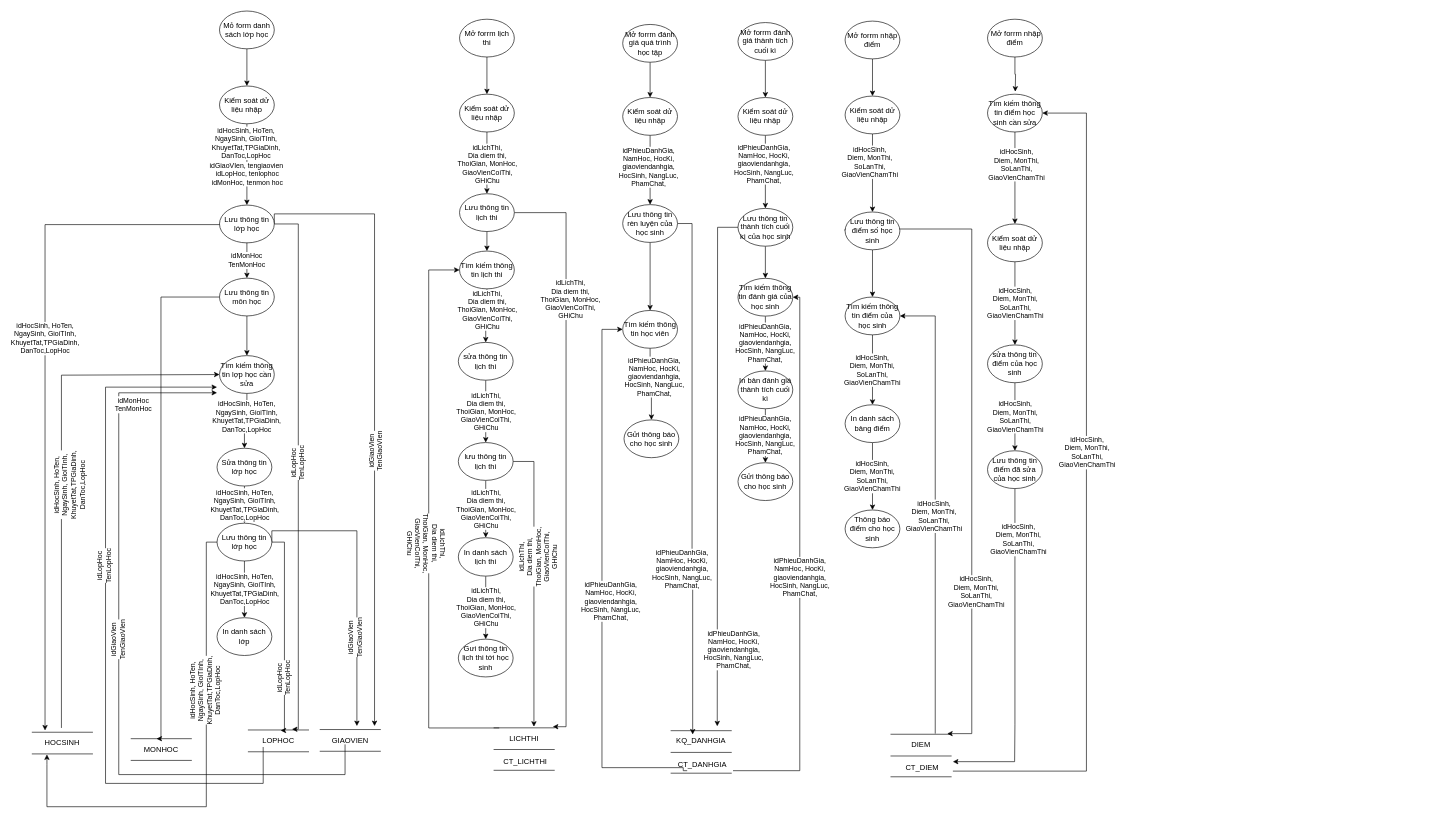
Before: 4.1.3.drawio in TLGKien/graph, a draw.io diagram. Source tidied: cells renumbered, new cells numbered last; positions are measured from the earlier drawing's top-left corner, leaving out a move shared by most shapes. Both pictures are drawn from the tidied source at 63%, with x=0, y=0 at pixel (32, 11).
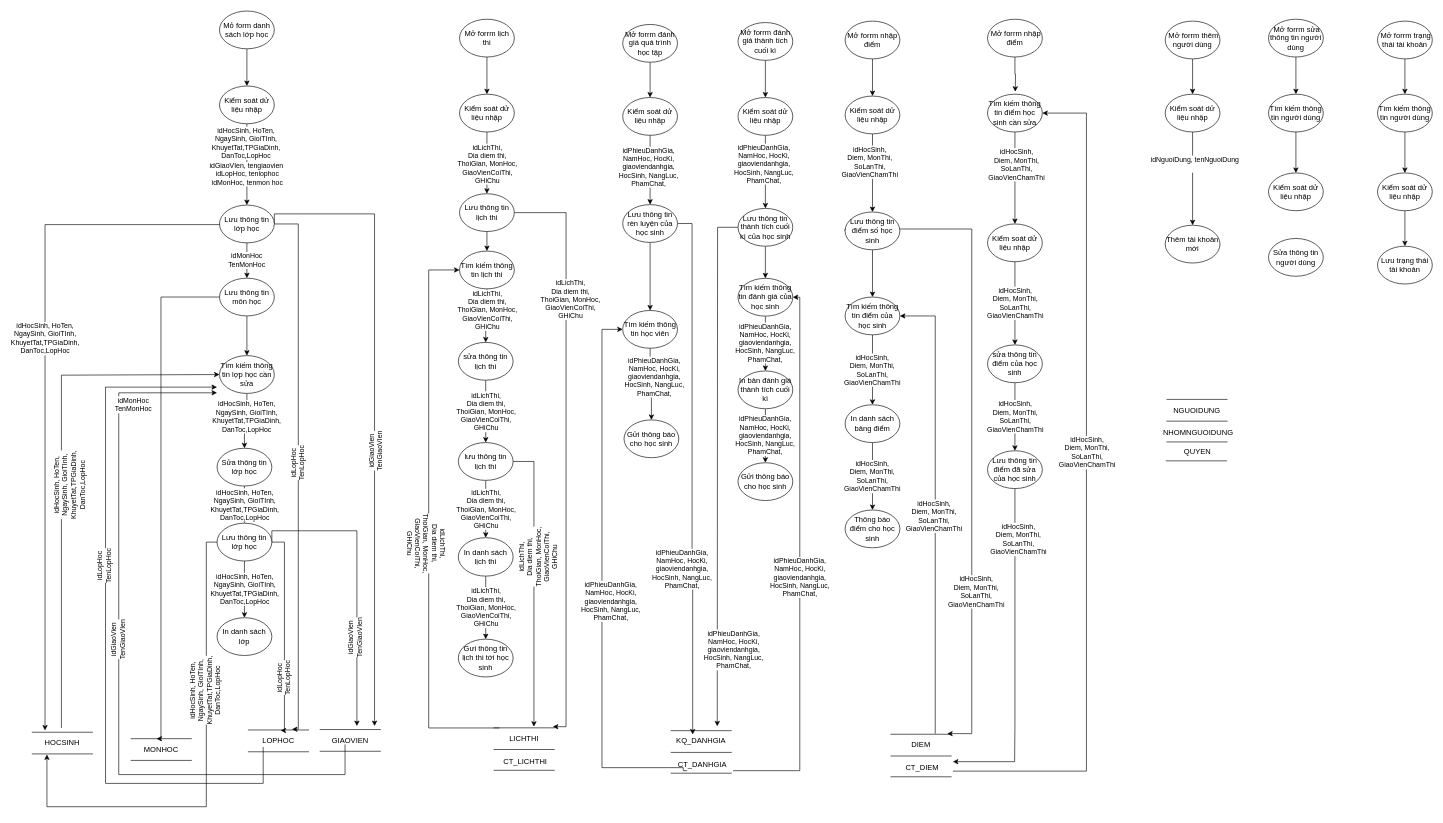
Above is the later version.

Change to the diagram source:
```diff
@@
+    <mxCell id="149" style="edgeStyle=orthogonalEdgeStyle;rounded=0;jettySize=auto;html=1;exitX=0.5;exitY=1;exitDx=0;exitDy=0;" parent="1" edge="1" source="150" target="157">
+      <mxGeometry relative="1" as="geometry" />
+    </mxCell>
+    <mxCell id="150" value="&amp;nbsp;Mở forrm thêm người dùng" style="ellipse;whiteSpace=wrap;html=1;" parent="1" vertex="1">
+      <mxGeometry x="1799" y="16" width="87" height="60" as="geometry" />
+    </mxCell>
+    <mxCell id="151" style="edgeStyle=orthogonalEdgeStyle;rounded=0;jettySize=auto;html=1;exitX=0.5;exitY=1;exitDx=0;exitDy=0;" parent="1" edge="1" source="152" target="159">
+      <mxGeometry relative="1" as="geometry" />
+    </mxCell>
+    <mxCell id="152" value="&amp;nbsp;Mở forrm sửa thông tin người dùng" style="ellipse;whiteSpace=wrap;html=1;" parent="1" vertex="1">
+      <mxGeometry x="1963" y="13" width="87" height="60" as="geometry" />
+    </mxCell>
+    <mxCell id="153" style="edgeStyle=orthogonalEdgeStyle;rounded=0;jettySize=auto;html=1;exitX=0.5;exitY=1;exitDx=0;exitDy=0;" parent="1" edge="1" source="154" target="161">
+      <mxGeometry relative="1" as="geometry" />
+    </mxCell>
+    <mxCell id="154" value="&amp;nbsp;Mở forrm trạng thái tài khoản" style="ellipse;whiteSpace=wrap;html=1;" parent="1" vertex="1">
+      <mxGeometry x="2136" y="16" width="87" height="60" as="geometry" />
+    </mxCell>
+    <mxCell id="155" style="edgeStyle=orthogonalEdgeStyle;rounded=0;jettySize=auto;html=1;exitX=0.5;exitY=1;exitDx=0;exitDy=0;" parent="1" edge="1" source="157" target="162">
+      <mxGeometry relative="1" as="geometry" />
+    </mxCell>
+    <mxCell id="156" value="&lt;div&gt;idNguoiDung, tenNguoiDung&lt;/div&gt;&lt;div&gt;&lt;br&gt;&lt;/div&gt;" style="edgeLabel;html=1;align=center;verticalAlign=middle;" parent="155" vertex="1">
+      <mxGeometry x="-0.32" y="3" relative="1" as="geometry" />
+    </mxCell>
+    <mxCell id="157" value="Kiểm soát dử liệu nhập" style="ellipse;whiteSpace=wrap;html=1;" parent="1" vertex="1">
+      <mxGeometry x="1799" y="132" width="87" height="60" as="geometry" />
+    </mxCell>
+    <mxCell id="158" style="edgeStyle=orthogonalEdgeStyle;rounded=0;jettySize=auto;html=1;exitX=0.5;exitY=1;exitDx=0;exitDy=0;entryX=0.5;entryY=0;entryDx=0;entryDy=0;" parent="1" edge="1" source="159" target="163">
+      <mxGeometry relative="1" as="geometry" />
+    </mxCell>
+    <mxCell id="159" value="Tìm kiếm thông tin người dùng" style="ellipse;whiteSpace=wrap;html=1;" parent="1" vertex="1">
+      <mxGeometry x="1963" y="132" width="87" height="60" as="geometry" />
+    </mxCell>
+    <mxCell id="160" style="edgeStyle=orthogonalEdgeStyle;rounded=0;jettySize=auto;html=1;exitX=0.5;exitY=1;exitDx=0;exitDy=0;entryX=0.5;entryY=0;entryDx=0;entryDy=0;" parent="1" edge="1" source="161" target="165">
+      <mxGeometry relative="1" as="geometry" />
+    </mxCell>
+    <mxCell id="161" value="Tìm kiếm thông tin người dùng" style="ellipse;whiteSpace=wrap;html=1;" parent="1" vertex="1">
+      <mxGeometry x="2136" y="132" width="87" height="60" as="geometry" />
+    </mxCell>
+    <mxCell id="162" value="Thêm tài khoản mới" style="ellipse;whiteSpace=wrap;html=1;" parent="1" vertex="1">
+      <mxGeometry x="1799" y="340" width="87" height="60" as="geometry" />
+    </mxCell>
+    <mxCell id="163" value="Kiểm soát dử liệu nhập" style="ellipse;whiteSpace=wrap;html=1;" parent="1" vertex="1">
+      <mxGeometry x="1963" y="257" width="87" height="60" as="geometry" />
+    </mxCell>
+    <mxCell id="164" style="edgeStyle=orthogonalEdgeStyle;rounded=0;jettySize=auto;html=1;exitX=0.5;exitY=1;exitDx=0;exitDy=0;entryX=0.5;entryY=0;entryDx=0;entryDy=0;" parent="1" edge="1" source="165" target="174">
+      <mxGeometry relative="1" as="geometry" />
+    </mxCell>
+    <mxCell id="165" value="Kiểm soát dử liệu nhập" style="ellipse;whiteSpace=wrap;html=1;" parent="1" vertex="1">
+      <mxGeometry x="2136" y="257" width="87" height="60" as="geometry" />
+    </mxCell>
+    <mxCell id="166" style="endArrow=none;html=1;" parent="1" edge="1">
+      <mxGeometry relative="1" as="geometry">
+        <mxPoint x="1801" y="616.5" as="sourcePoint" />
+        <mxPoint x="1898" y="616.5" as="targetPoint" />
+      </mxGeometry>
+    </mxCell>
+    <mxCell id="167" style="endArrow=none;html=1;" parent="1" edge="1">
+      <mxGeometry relative="1" as="geometry">
+        <mxPoint x="1801" y="651" as="sourcePoint" />
+        <mxPoint x="1898" y="651" as="targetPoint" />
+      </mxGeometry>
+    </mxCell>
+    <mxCell id="168" value="NGUOIDUNG" style="text;html=1;strokeColor=none;fillColor=none;align=center;verticalAlign=middle;whiteSpace=wrap;rounded=0;" parent="1" vertex="1">
+      <mxGeometry x="1801" y="623.5" width="97" height="20" as="geometry" />
+    </mxCell>
+    <mxCell id="169" style="endArrow=none;html=1;" parent="1" edge="1">
+      <mxGeometry relative="1" as="geometry">
+        <mxPoint x="1801" y="684" as="sourcePoint" />
+        <mxPoint x="1898" y="684" as="targetPoint" />
+      </mxGeometry>
+    </mxCell>
+    <mxCell id="170" value="NHOMNGUOIDUNG" style="text;html=1;strokeColor=none;fillColor=none;align=center;verticalAlign=middle;whiteSpace=wrap;rounded=0;" parent="1" vertex="1">
+      <mxGeometry x="1803" y="660" width="97" height="20" as="geometry" />
+    </mxCell>
+    <mxCell id="171" value="QUYEN" style="text;html=1;strokeColor=none;fillColor=none;align=center;verticalAlign=middle;whiteSpace=wrap;rounded=0;" parent="1" vertex="1">
+      <mxGeometry x="1802" y="690" width="97" height="20" as="geometry" />
+    </mxCell>
+    <mxCell id="172" style="endArrow=none;html=1;" parent="1" edge="1">
+      <mxGeometry relative="1" as="geometry">
+        <mxPoint x="1800" y="714" as="sourcePoint" />
+        <mxPoint x="1897" y="714" as="targetPoint" />
+      </mxGeometry>
+    </mxCell>
+    <mxCell id="173" value="Sửa thông tin người dùng" style="ellipse;whiteSpace=wrap;html=1;" parent="1" vertex="1">
+      <mxGeometry x="1963" y="361" width="87" height="60" as="geometry" />
+    </mxCell>
+    <mxCell id="174" value="Lưu trạng thái tài khoản" style="ellipse;whiteSpace=wrap;html=1;" parent="1" vertex="1">
+      <mxGeometry x="2136" y="373.3" width="87" height="60" as="geometry" />
+    </mxCell>
```
